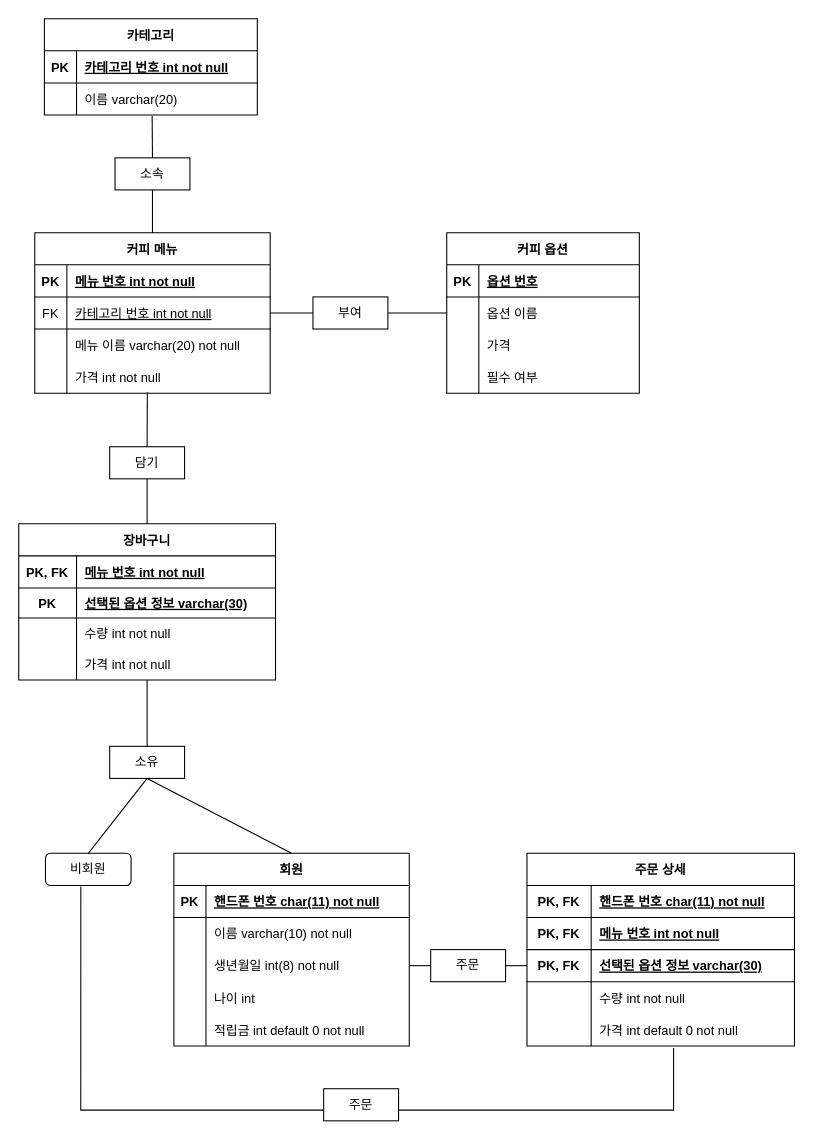
Before: physical_ERD.drawio in jdohun/22-1Database, a draw.io diagram. Source tidied: cells renumbered, new cells numbered last; positions are measured from the earlier drawing's top-left corner, leaving out a move shared by most shapes. Both pictures are drawn from the tidied source at 107%, with x=0, y=0 at pixel (18, 18).
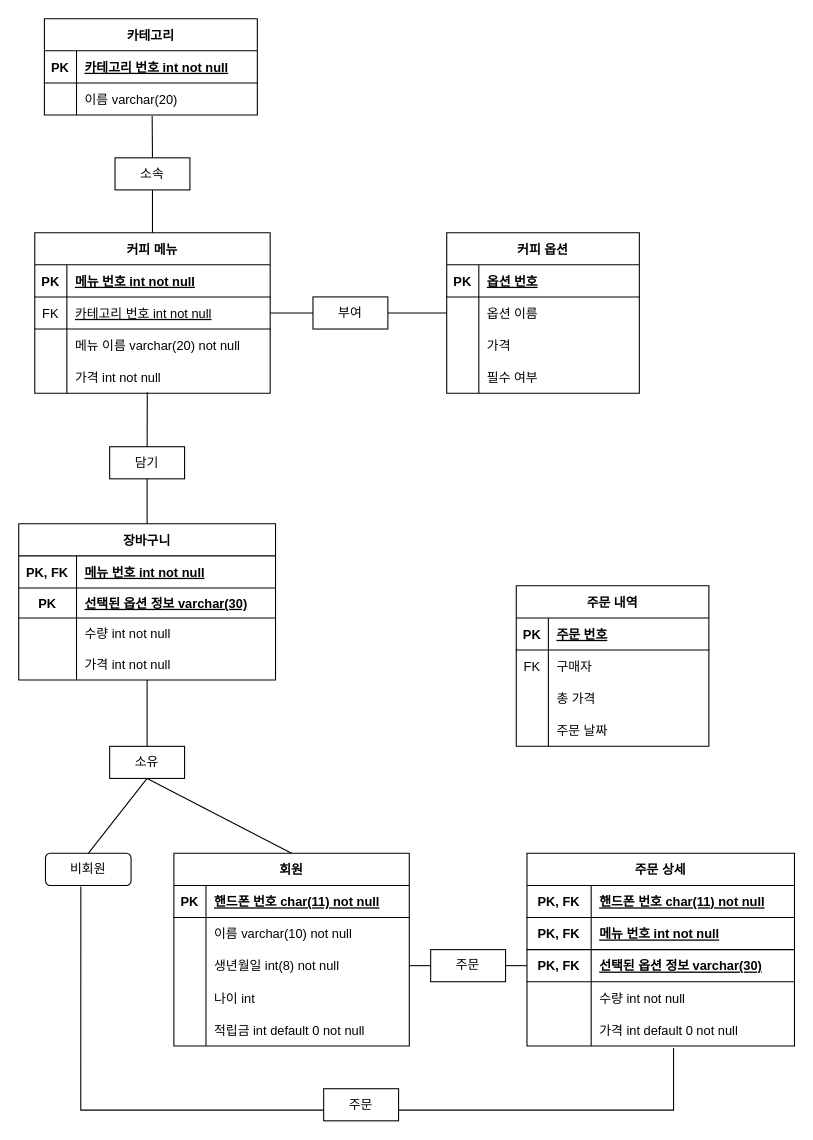
After the change.

What changed in the source:
```diff
@@
+    <mxCell id="99" value="주문 내역" style="shape=table;startSize=30;childLayout=tableLayout;rowLines=0;fontStyle=1;align=center;" parent="1" vertex="1">
+      <mxGeometry x="465" y="530" width="180" height="150" as="geometry" />
+    </mxCell>
+    <mxCell id="100" style="shape=tableRow;horizontal=0;startSize=0;swimlaneHead=0;swimlaneBody=0;fillColor=none;top=0;left=0;right=0;bottom=1;" parent="99" vertex="1">
+      <mxGeometry y="30" width="180" height="30" as="geometry" />
+    </mxCell>
+    <mxCell id="101" value="PK" style="shape=partialRectangle;fillColor=none;top=0;left=0;bottom=0;right=0;fontStyle=1;overflow=hidden;" parent="100" vertex="1">
+      <mxGeometry width="30" height="30" as="geometry" />
+    </mxCell>
+    <mxCell id="102" value="주문 번호" style="shape=partialRectangle;fillColor=none;top=0;left=0;bottom=0;right=0;align=left;spacingLeft=6;fontStyle=5;overflow=hidden;" parent="100" vertex="1">
+      <mxGeometry x="30" width="150" height="30" as="geometry" />
+    </mxCell>
+    <mxCell id="103" style="shape=tableRow;horizontal=0;startSize=0;swimlaneHead=0;swimlaneBody=0;fillColor=none;top=0;left=0;right=0;bottom=0;" parent="99" vertex="1">
+      <mxGeometry y="60" width="180" height="30" as="geometry" />
+    </mxCell>
+    <mxCell id="104" value="FK" style="shape=partialRectangle;fillColor=none;top=0;left=0;bottom=0;right=0;overflow=hidden;" parent="103" vertex="1">
+      <mxGeometry width="30" height="30" as="geometry" />
+    </mxCell>
+    <mxCell id="105" value="구매자" style="shape=partialRectangle;fillColor=none;top=0;left=0;bottom=0;right=0;align=left;spacingLeft=6;overflow=hidden;" parent="103" vertex="1">
+      <mxGeometry x="30" width="150" height="30" as="geometry" />
+    </mxCell>
+    <mxCell id="106" style="shape=tableRow;horizontal=0;startSize=0;swimlaneHead=0;swimlaneBody=0;fillColor=none;top=0;left=0;right=0;bottom=0;" parent="99" vertex="1">
+      <mxGeometry y="90" width="180" height="30" as="geometry" />
+    </mxCell>
+    <mxCell id="107" style="shape=partialRectangle;fillColor=none;top=0;left=0;bottom=0;right=0;overflow=hidden;" parent="106" vertex="1">
+      <mxGeometry width="30" height="30" as="geometry" />
+    </mxCell>
+    <mxCell id="108" value="총 가격" style="shape=partialRectangle;fillColor=none;top=0;left=0;bottom=0;right=0;align=left;spacingLeft=6;overflow=hidden;" parent="106" vertex="1">
+      <mxGeometry x="30" width="150" height="30" as="geometry" />
+    </mxCell>
+    <mxCell id="109" style="shape=tableRow;horizontal=0;startSize=0;swimlaneHead=0;swimlaneBody=0;fillColor=none;top=0;left=0;right=0;bottom=0;" parent="99" vertex="1">
+      <mxGeometry y="120" width="180" height="30" as="geometry" />
+    </mxCell>
+    <mxCell id="110" style="shape=partialRectangle;fillColor=none;top=0;left=0;bottom=0;right=0;overflow=hidden;" parent="109" vertex="1">
+      <mxGeometry width="30" height="30" as="geometry" />
+    </mxCell>
+    <mxCell id="111" value="주문 날짜" style="shape=partialRectangle;fillColor=none;top=0;left=0;bottom=0;right=0;align=left;spacingLeft=6;overflow=hidden;" parent="109" vertex="1">
+      <mxGeometry x="30" width="150" height="30" as="geometry" />
+    </mxCell>
```
